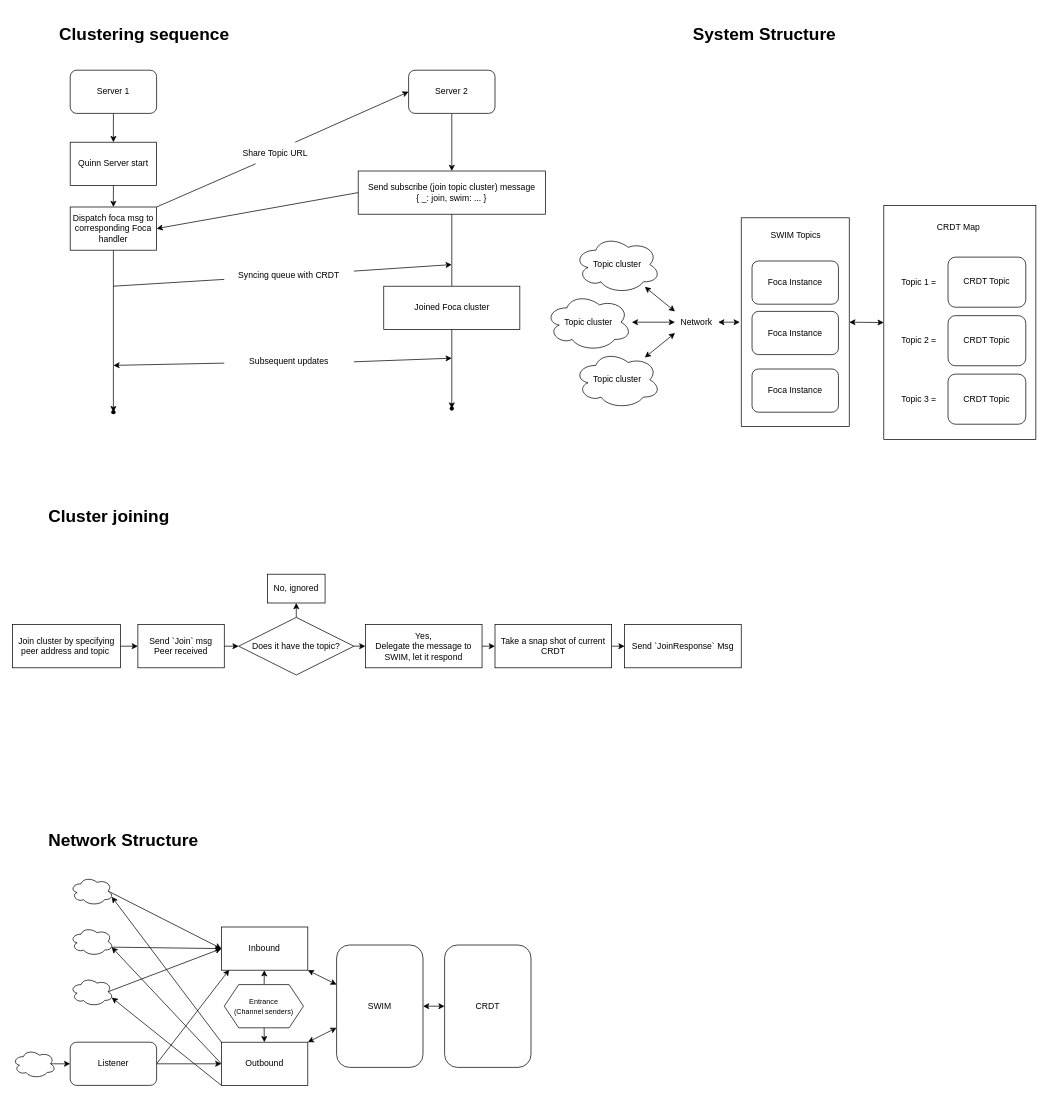
This is proc.drawio from Limit-LAB/Orkas, a draw.io file, before an edit. Source tidied: cells renumbered, new cells numbered last; positions are measured from the earlier drawing's top-left corner, leaving out a move shared by most shapes. Both pictures are drawn from the tidied source at 72%, with x=0, y=0 at pixel (12, 19).
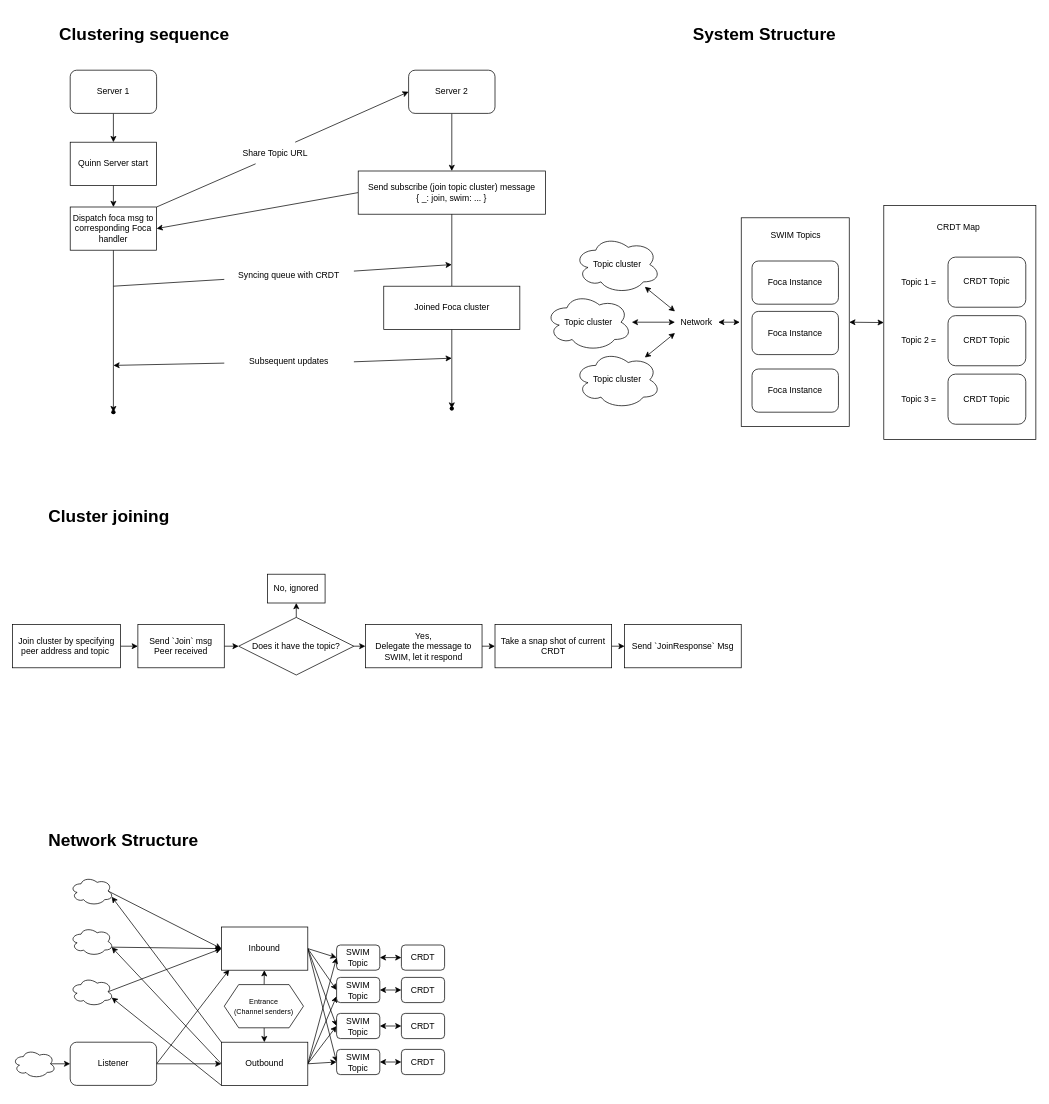
After the change.

The change refers to these unchanged cells:
```xml
<mxCell id="60" value="Outbound" style="rounded=0;whiteSpace=wrap;html=1;" parent="1" vertex="1">
  <mxGeometry x="290" y="1420" width="120" height="60" as="geometry" />
</mxCell>
<mxCell id="71" value="Inbound" style="rounded=0;whiteSpace=wrap;html=1;" parent="1" vertex="1">
  <mxGeometry x="290" y="1260" width="120" height="60" as="geometry" />
</mxCell>
```

Change to the diagram source:
```diff
@@
-    <mxCell id="53" value="SWIM" style="rounded=1;whiteSpace=wrap;html=1;" parent="1" vertex="1">
-      <mxGeometry x="450" y="1285" width="120" height="170" as="geometry" />
+    <mxCell id="53" value="SWIM&lt;br&gt;Topic" style="rounded=1;whiteSpace=wrap;html=1;" parent="1" vertex="1">
+      <mxGeometry x="450" y="1285" width="60" height="35" as="geometry" />
     </mxCell>
@@
     <mxCell id="55" value="CRDT" style="rounded=1;whiteSpace=wrap;html=1;" parent="1" vertex="1">
-      <mxGeometry x="600" y="1285" width="120" height="170" as="geometry" />
+      <mxGeometry x="540" y="1285" width="60" height="35" as="geometry" />
     </mxCell>
@@
+    <mxCell id="91" style="edgeStyle=none;html=1;exitX=1;exitY=0.5;exitDx=0;exitDy=0;entryX=0;entryY=0.5;entryDx=0;entryDy=0;" parent="1" edge="1" source="60" target="103">
+      <mxGeometry relative="1" as="geometry" />
+    </mxCell>
+    <mxCell id="92" style="edgeStyle=none;html=1;exitX=1;exitY=0.5;exitDx=0;exitDy=0;entryX=0;entryY=0.5;entryDx=0;entryDy=0;" parent="1" edge="1" source="60" target="100">
+      <mxGeometry relative="1" as="geometry" />
+    </mxCell>
+    <mxCell id="93" style="edgeStyle=none;html=1;exitX=1;exitY=0.5;exitDx=0;exitDy=0;entryX=0;entryY=0.75;entryDx=0;entryDy=0;" parent="1" edge="1" source="60" target="97">
+      <mxGeometry relative="1" as="geometry" />
+    </mxCell>
-    <mxCell id="59" style="edgeStyle=none;html=1;startArrow=classic;startFill=1;" parent="1" edge="1" source="60" target="53">
+    <mxCell id="59" style="edgeStyle=none;html=1;exitX=1;exitY=0.5;exitDx=0;exitDy=0;entryX=0;entryY=0.5;entryDx=0;entryDy=0;" parent="1" edge="1" source="60" target="53">
       <mxGeometry relative="1" as="geometry" />
     </mxCell>
@@
-    <mxCell id="70" style="edgeStyle=none;html=1;startArrow=classic;startFill=1;" parent="1" edge="1" source="71" target="53">
+    <mxCell id="70" style="edgeStyle=none;html=1;exitX=1;exitY=0.5;exitDx=0;exitDy=0;entryX=0;entryY=0.5;entryDx=0;entryDy=0;" parent="1" edge="1" source="71" target="53">
       <mxGeometry relative="1" as="geometry" />
     </mxCell>
+    <mxCell id="94" style="edgeStyle=none;html=1;exitX=1;exitY=0.5;exitDx=0;exitDy=0;entryX=0;entryY=0.5;entryDx=0;entryDy=0;" parent="1" edge="1" source="71" target="97">
+      <mxGeometry relative="1" as="geometry" />
+    </mxCell>
+    <mxCell id="95" style="edgeStyle=none;html=1;exitX=1;exitY=0.5;exitDx=0;exitDy=0;entryX=0;entryY=0.5;entryDx=0;entryDy=0;" parent="1" edge="1" source="71" target="100">
+      <mxGeometry relative="1" as="geometry" />
+    </mxCell>
+    <mxCell id="96" style="edgeStyle=none;html=1;exitX=1;exitY=0.5;exitDx=0;exitDy=0;entryX=0;entryY=0.5;entryDx=0;entryDy=0;" parent="1" edge="1" source="71" target="103">
+      <mxGeometry relative="1" as="geometry" />
+    </mxCell>
@@
+    <mxCell id="97" value="SWIM&lt;br style=&quot;border-color: var(--border-color);&quot;&gt;Topic" style="rounded=1;whiteSpace=wrap;html=1;" parent="1" vertex="1">
+      <mxGeometry x="450" y="1330" width="60" height="35" as="geometry" />
+    </mxCell>
+    <mxCell id="98" style="edgeStyle=none;html=1;startArrow=classic;startFill=1;" parent="1" edge="1" source="99" target="97">
+      <mxGeometry relative="1" as="geometry" />
+    </mxCell>
+    <mxCell id="99" value="CRDT" style="rounded=1;whiteSpace=wrap;html=1;" parent="1" vertex="1">
+      <mxGeometry x="540" y="1330" width="60" height="35" as="geometry" />
+    </mxCell>
+    <mxCell id="100" value="SWIM&lt;br style=&quot;border-color: var(--border-color);&quot;&gt;Topic" style="rounded=1;whiteSpace=wrap;html=1;" parent="1" vertex="1">
+      <mxGeometry x="450" y="1380" width="60" height="35" as="geometry" />
+    </mxCell>
+    <mxCell id="101" style="edgeStyle=none;html=1;startArrow=classic;startFill=1;" parent="1" edge="1" source="102" target="100">
+      <mxGeometry relative="1" as="geometry" />
+    </mxCell>
+    <mxCell id="102" value="CRDT" style="rounded=1;whiteSpace=wrap;html=1;" parent="1" vertex="1">
+      <mxGeometry x="540" y="1380" width="60" height="35" as="geometry" />
+    </mxCell>
+    <mxCell id="103" value="SWIM&lt;br style=&quot;border-color: var(--border-color);&quot;&gt;Topic" style="rounded=1;whiteSpace=wrap;html=1;" parent="1" vertex="1">
+      <mxGeometry x="450" y="1430" width="60" height="35" as="geometry" />
+    </mxCell>
+    <mxCell id="104" style="edgeStyle=none;html=1;startArrow=classic;startFill=1;" parent="1" edge="1" source="105" target="103">
+      <mxGeometry relative="1" as="geometry" />
+    </mxCell>
+    <mxCell id="105" value="CRDT" style="rounded=1;whiteSpace=wrap;html=1;" parent="1" vertex="1">
+      <mxGeometry x="540" y="1430" width="60" height="35" as="geometry" />
+    </mxCell>
```
